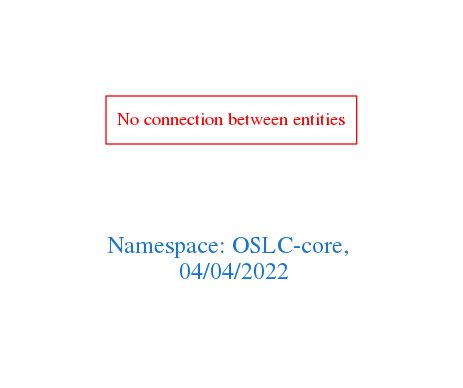
arago/OGIT keeps this Graphviz diagram as downloads/OSLC-core.png. Above is the earlier version. Its source is kept beside it as downloads/OSLC-core.dot.
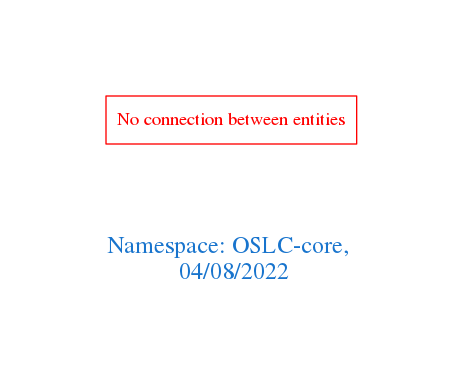
Above is the later version.

What changed in the source:
```diff
@@ -1,7 +1,7 @@
 digraph OGIT_ontology {
  graph [ rankdir= LR,pad=1
 fontsize = 18,
-fontcolor= dodgerblue3,label = "\n\n\nNamespace: OSLC-core, \n 04/04/2022"];
+fontcolor= dodgerblue3,label = "\n\n\nNamespace: OSLC-core, \n 04/08/2022"];
 node[shape=polygon];
 edge [  color="gray81"];
 
```
